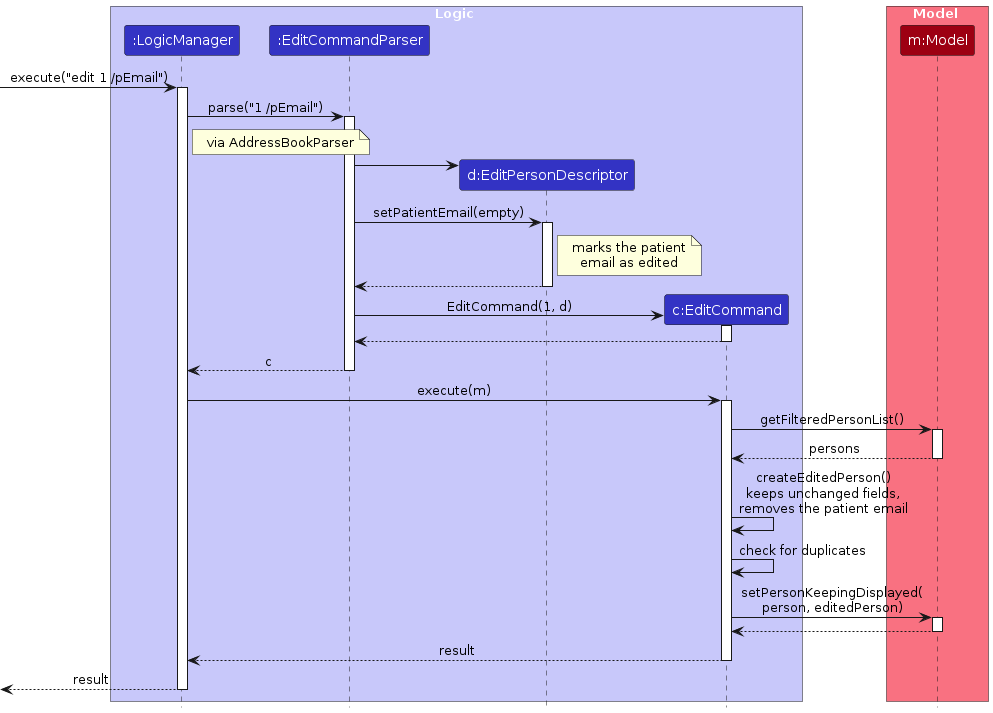
AY2627S1-CS2103T-T08-1/tp keeps this PlantUML diagram as diagrams/EditSequenceDiagram.png. Above is the earlier version. Its source is kept beside it as diagrams/EditSequenceDiagram.puml.
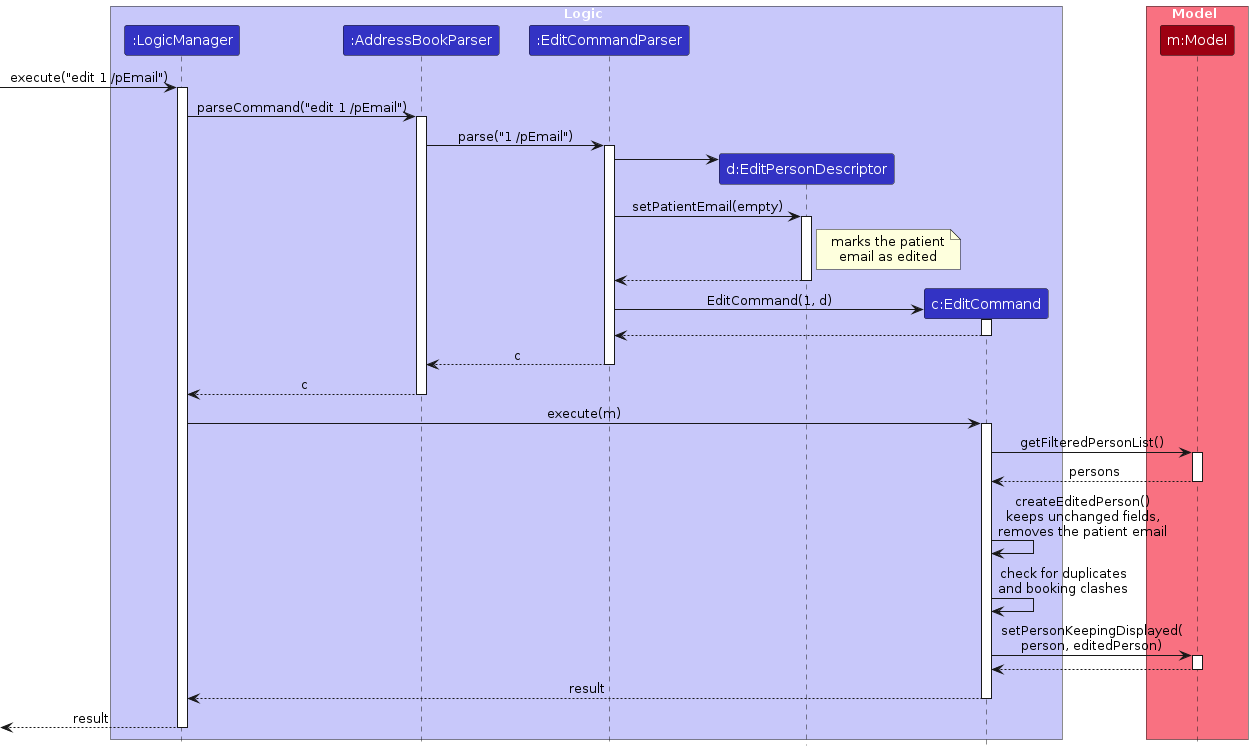
The same file after the commit.

Diff of the diagram source:
```diff
@@ -4,6 +4,7 @@
 
 box Logic LOGIC_COLOR_T1
 participant ":LogicManager" as LogicManager LOGIC_COLOR
+participant ":AddressBookParser" as AddressBookParser LOGIC_COLOR
 participant ":EditCommandParser" as EditCommandParser LOGIC_COLOR
 participant "d:EditPersonDescriptor" as Descriptor LOGIC_COLOR
 participant "c:EditCommand" as EditCommand LOGIC_COLOR
@@ -16,9 +17,11 @@
 [-> LogicManager : execute("edit 1 /pEmail")
 activate LogicManager
 
-LogicManager -> EditCommandParser : parse("1 /pEmail")
+LogicManager -> AddressBookParser : parseCommand("edit 1 /pEmail")
+activate AddressBookParser
+
+AddressBookParser -> EditCommandParser : parse("1 /pEmail")
 activate EditCommandParser
-note right of LogicManager : via AddressBookParser
 
 create Descriptor
 EditCommandParser -> Descriptor
@@ -34,8 +37,11 @@
 EditCommand --> EditCommandParser
 deactivate EditCommand
 
-EditCommandParser --> LogicManager : c
+EditCommandParser --> AddressBookParser : c
 deactivate EditCommandParser
+
+AddressBookParser --> LogicManager : c
+deactivate AddressBookParser
 
 LogicManager -> EditCommand : execute(m)
 activate EditCommand
@@ -47,7 +53,7 @@
 
 EditCommand -> EditCommand : createEditedPerson()\nkeeps unchanged fields,\nremoves the patient email
 
-EditCommand -> EditCommand : check for duplicates
+EditCommand -> EditCommand : check for duplicates\nand booking clashes
 
 EditCommand -> Model : setPersonKeepingDisplayed(\nperson, editedPerson)
 activate Model
```
